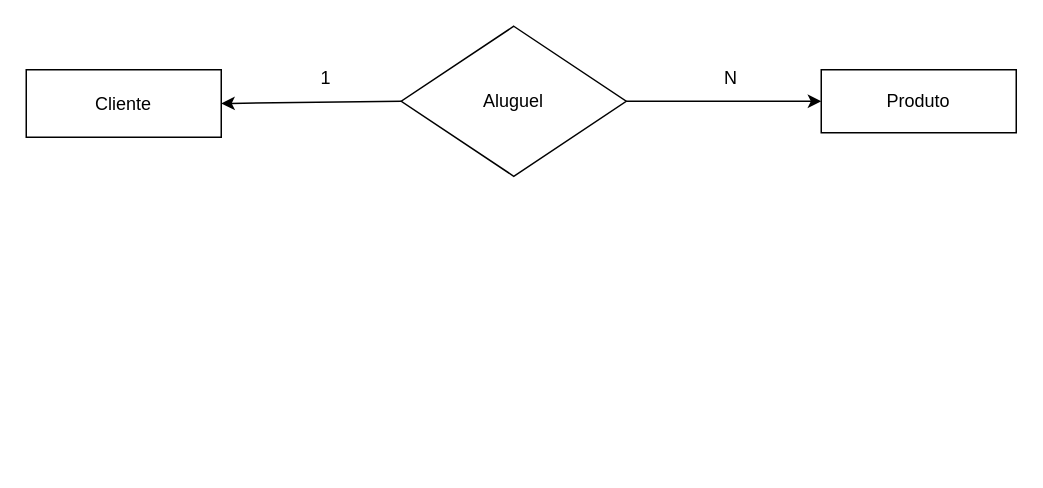
Above: page "Página-1" (1 of 2) of Atividade final UC2/Diagrama Modelagem de dados/Diagrama clienteproduto.drawio in geangela07/Atividades (draw.io), before the change. Source tidied: cells renumbered, new cells numbered last; positions are measured from the earlier drawing's top-left corner, leaving out a move shared by most shapes. Both pictures are drawn from the tidied source at 150%, with x=0, y=0 at pixel (26, 26).
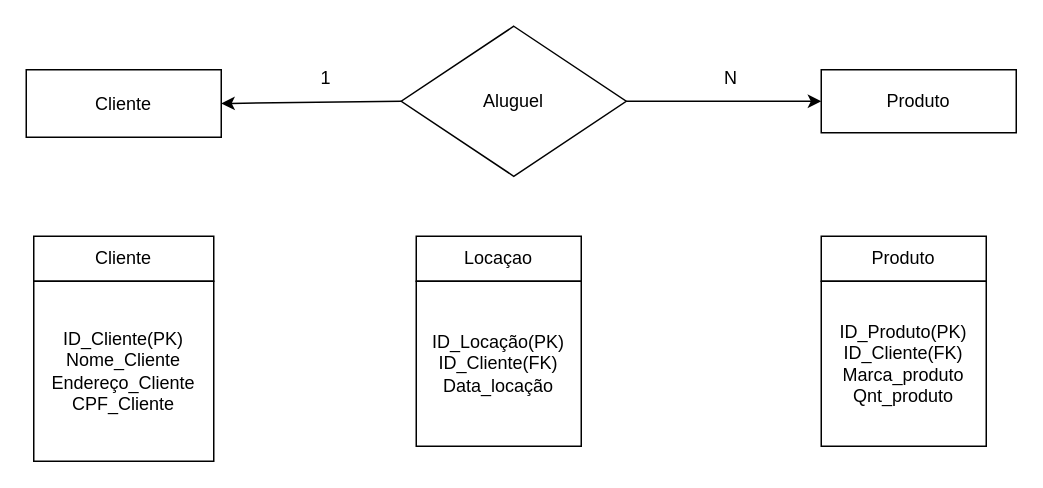
Above is the later version.

The edit, as a diff of the source:
```diff
@@
 <mxGraphModel>
   <root>
     <mxCell id="0" />
     <mxCell id="1" parent="0" />
     <mxCell id="2" value="Aluguel" style="rhombus;whiteSpace=wrap;html=1;" parent="1" vertex="1">
       <mxGeometry x="250" width="150" height="100" as="geometry" />
     </mxCell>
     <mxCell id="3" value="Cliente" style="rounded=0;whiteSpace=wrap;html=1;" parent="1" vertex="1">
       <mxGeometry y="29" width="130" height="45" as="geometry" />
     </mxCell>
     <mxCell id="4" value="Produto" style="rounded=0;whiteSpace=wrap;html=1;" parent="1" vertex="1">
       <mxGeometry x="530" y="29" width="130" height="42" as="geometry" />
     </mxCell>
     <mxCell id="5" style="endArrow=classic;html=1;rounded=0;entryX=1;entryY=0.5;entryDx=0;entryDy=0;exitX=0;exitY=0.5;exitDx=0;exitDy=0;" parent="1" edge="1" source="2" target="3">
       <mxGeometry relative="1" as="geometry" />
     </mxCell>
     <mxCell id="6" style="endArrow=classic;html=1;rounded=0;entryX=0;entryY=0.5;entryDx=0;entryDy=0;" parent="1" edge="1" target="4">
       <mxGeometry relative="1" as="geometry">
         <mxPoint x="400" y="50" as="sourcePoint" />
       </mxGeometry>
     </mxCell>
     <mxCell id="7" value="1" style="text;html=1;strokeColor=none;fillColor=none;align=center;verticalAlign=middle;whiteSpace=wrap;rounded=0;" parent="1" vertex="1">
       <mxGeometry x="170" y="20" width="60" height="30" as="geometry" />
     </mxCell>
     <mxCell id="8" value="N" style="text;html=1;strokeColor=none;fillColor=none;align=center;verticalAlign=middle;whiteSpace=wrap;rounded=0;" parent="1" vertex="1">
       <mxGeometry x="440" y="20" width="60" height="30" as="geometry" />
     </mxCell>
+    <mxCell id="9" value="Cliente" style="rounded=0;whiteSpace=wrap;html=1;" parent="1" vertex="1">
+      <mxGeometry x="5" y="140" width="120" height="30" as="geometry" />
+    </mxCell>
+    <mxCell id="10" value="ID_Cliente(PK)&lt;br&gt;Nome_Cliente&lt;br&gt;Endereço_Cliente&lt;br&gt;CPF_Cliente" style="whiteSpace=wrap;html=1;" parent="1" vertex="1">
+      <mxGeometry x="5" y="170" width="120" height="120" as="geometry" />
+    </mxCell>
+    <mxCell id="11" value="Locaçao" style="rounded=0;whiteSpace=wrap;html=1;" parent="1" vertex="1">
+      <mxGeometry x="260" y="140" width="110" height="30" as="geometry" />
+    </mxCell>
+    <mxCell id="12" value="ID_Locação(PK)&lt;br&gt;ID_Cliente(FK)&lt;br&gt;Data_locação" style="whiteSpace=wrap;html=1;" parent="1" vertex="1">
+      <mxGeometry x="260" y="170" width="110" height="110" as="geometry" />
+    </mxCell>
+    <mxCell id="13" value="Produto" style="rounded=0;whiteSpace=wrap;html=1;" parent="1" vertex="1">
+      <mxGeometry x="530" y="140" width="110" height="30" as="geometry" />
+    </mxCell>
+    <mxCell id="14" value="ID_Produto(PK)&lt;br&gt;ID_Cliente(FK)&lt;br&gt;Marca_produto&lt;br&gt;Qnt_produto" style="whiteSpace=wrap;html=1;" parent="1" vertex="1">
+      <mxGeometry x="530" y="170" width="110" height="110" as="geometry" />
+    </mxCell>
   </root>
 </mxGraphModel>
```
